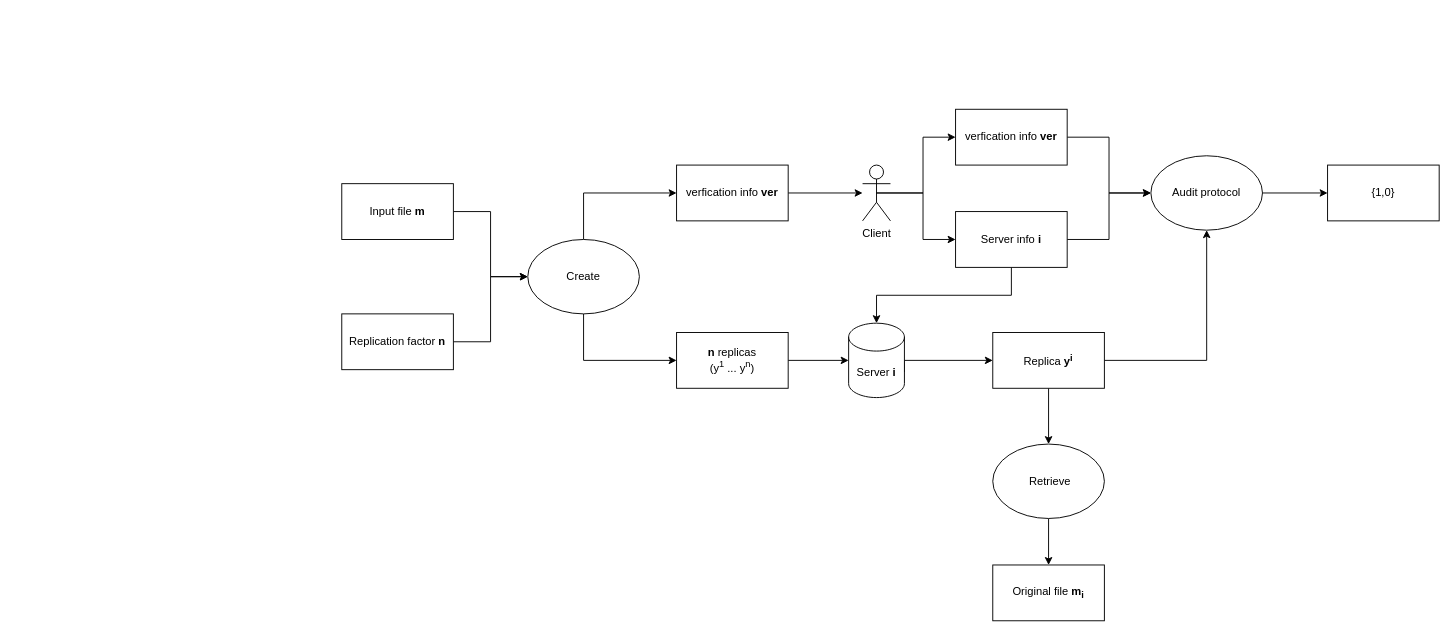
Above: Workflow.drawio in ProJBH/MasterThesis (draw.io), before the change. Source tidied: cells renumbered, new cells numbered last; positions are measured from the earlier drawing's top-left corner, leaving out a move shared by most shapes. Both pictures are drawn from the tidied source at 93%, with x=0, y=0 at pixel (341, 109).
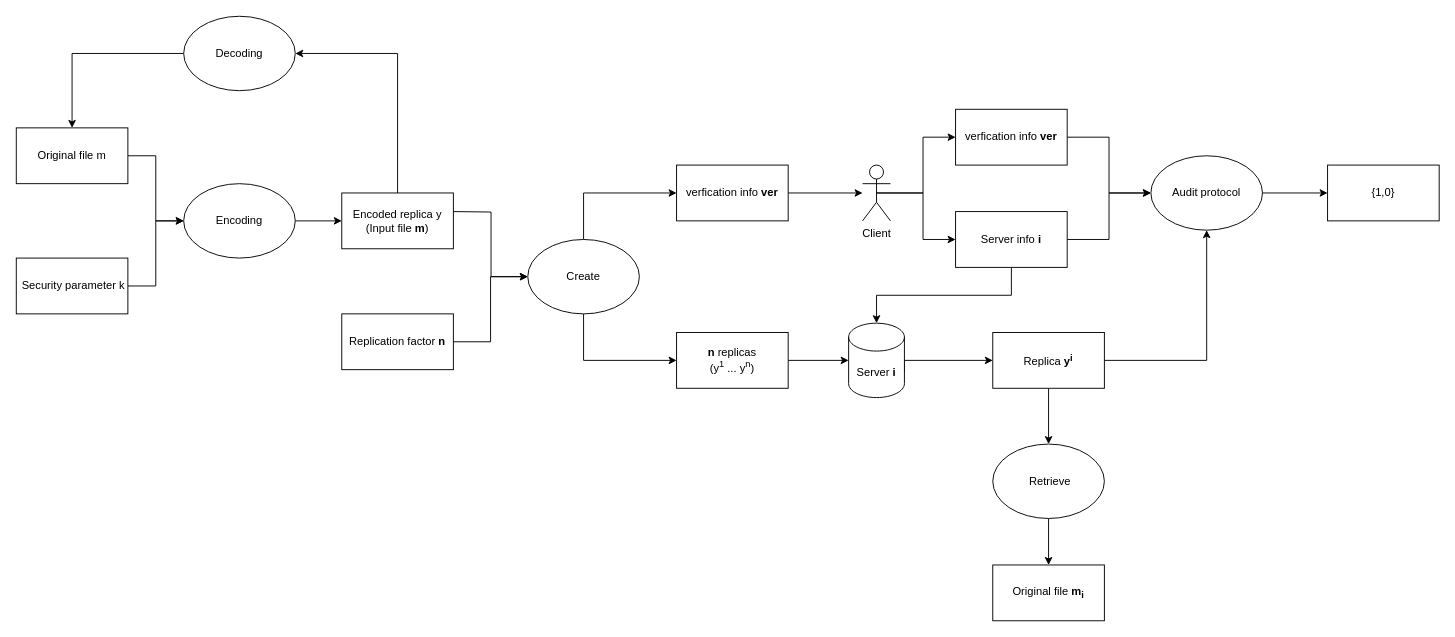
After the change.

Commit message:
Merge en/de coding with Proof of Replication

Unchanged cells that the change refers to:
```xml
<mxCell id="8" value="Create" style="ellipse;whiteSpace=wrap;html=1;" parent="1" vertex="1">
  <mxGeometry x="200" y="140" width="120" height="80" as="geometry" />
</mxCell>
```

Change to the diagram source:
```diff
@@
-    <mxCell id="9" style="edgeStyle=orthogonalEdgeStyle;rounded=0;jettySize=auto;html=1;exitX=1;exitY=0.5;exitDx=0;exitDy=0;entryX=0;entryY=0.5;entryDx=0;entryDy=0;" parent="1" edge="1" source="10" target="8">
-      <mxGeometry relative="1" as="geometry" />
+    <mxCell id="9" style="edgeStyle=orthogonalEdgeStyle;rounded=0;jettySize=auto;html=1;exitX=1;exitY=0.5;exitDx=0;exitDy=0;entryX=0;entryY=0.5;entryDx=0;entryDy=0;" parent="1" edge="1" target="8">
+      <mxGeometry relative="1" as="geometry">
+        <mxPoint x="120" y="110" as="sourcePoint" />
+      </mxGeometry>
     </mxCell>
-    <mxCell id="10" value="Input file &lt;b&gt;m&lt;/b&gt;" style="rounded=0;whiteSpace=wrap;html=1;" parent="1" vertex="1">
-      <mxGeometry y="80" width="120" height="60" as="geometry" />
-    </mxCell>
@@
+    <mxCell id="32" style="edgeStyle=orthogonalEdgeStyle;rounded=0;jettySize=auto;html=1;entryX=0;entryY=0.5;entryDx=0;entryDy=0;" parent="1" edge="1" source="33" target="37">
+      <mxGeometry relative="1" as="geometry" />
+    </mxCell>
+    <mxCell id="33" value="Original file m" style="rounded=0;whiteSpace=wrap;html=1;" parent="1" vertex="1">
+      <mxGeometry x="-350" y="20" width="120" height="60" as="geometry" />
+    </mxCell>
+    <mxCell id="34" style="edgeStyle=orthogonalEdgeStyle;rounded=0;jettySize=auto;html=1;" parent="1" edge="1" source="35" target="37">
+      <mxGeometry relative="1" as="geometry" />
+    </mxCell>
+    <mxCell id="35" value="&amp;nbsp;Security parameter k" style="rounded=0;whiteSpace=wrap;html=1;" parent="1" vertex="1">
+      <mxGeometry x="-350" y="160" width="120" height="60" as="geometry" />
+    </mxCell>
+    <mxCell id="36" style="edgeStyle=orthogonalEdgeStyle;rounded=0;jettySize=auto;html=1;exitX=1;exitY=0.5;exitDx=0;exitDy=0;entryX=0;entryY=0.5;entryDx=0;entryDy=0;" parent="1" edge="1" source="37" target="39">
+      <mxGeometry relative="1" as="geometry" />
+    </mxCell>
+    <mxCell id="37" value="Encoding" style="ellipse;whiteSpace=wrap;html=1;" parent="1" vertex="1">
+      <mxGeometry x="-170" y="80" width="120" height="80" as="geometry" />
+    </mxCell>
+    <mxCell id="38" style="edgeStyle=orthogonalEdgeStyle;rounded=0;jettySize=auto;html=1;entryX=1;entryY=0.5;entryDx=0;entryDy=0;exitX=0.5;exitY=0;exitDx=0;exitDy=0;" parent="1" edge="1" source="39" target="41">
+      <mxGeometry relative="1" as="geometry">
+        <Array as="points">
+          <mxPoint x="60" y="-60" />
+        </Array>
+      </mxGeometry>
+    </mxCell>
+    <mxCell id="39" value="Encoded replica y&lt;br&gt;(Input file&amp;nbsp;&lt;b&gt;m&lt;/b&gt;)" style="rounded=0;whiteSpace=wrap;html=1;" parent="1" vertex="1">
+      <mxGeometry y="90" width="120" height="60" as="geometry" />
+    </mxCell>
+    <mxCell id="40" style="edgeStyle=orthogonalEdgeStyle;rounded=0;jettySize=auto;html=1;exitX=0;exitY=0.5;exitDx=0;exitDy=0;entryX=0.5;entryY=0;entryDx=0;entryDy=0;" parent="1" edge="1" source="41" target="33">
+      <mxGeometry relative="1" as="geometry" />
+    </mxCell>
+    <mxCell id="41" value="Decoding" style="ellipse;whiteSpace=wrap;html=1;" parent="1" vertex="1">
+      <mxGeometry x="-170" y="-100" width="120" height="80" as="geometry" />
+    </mxCell>
```
